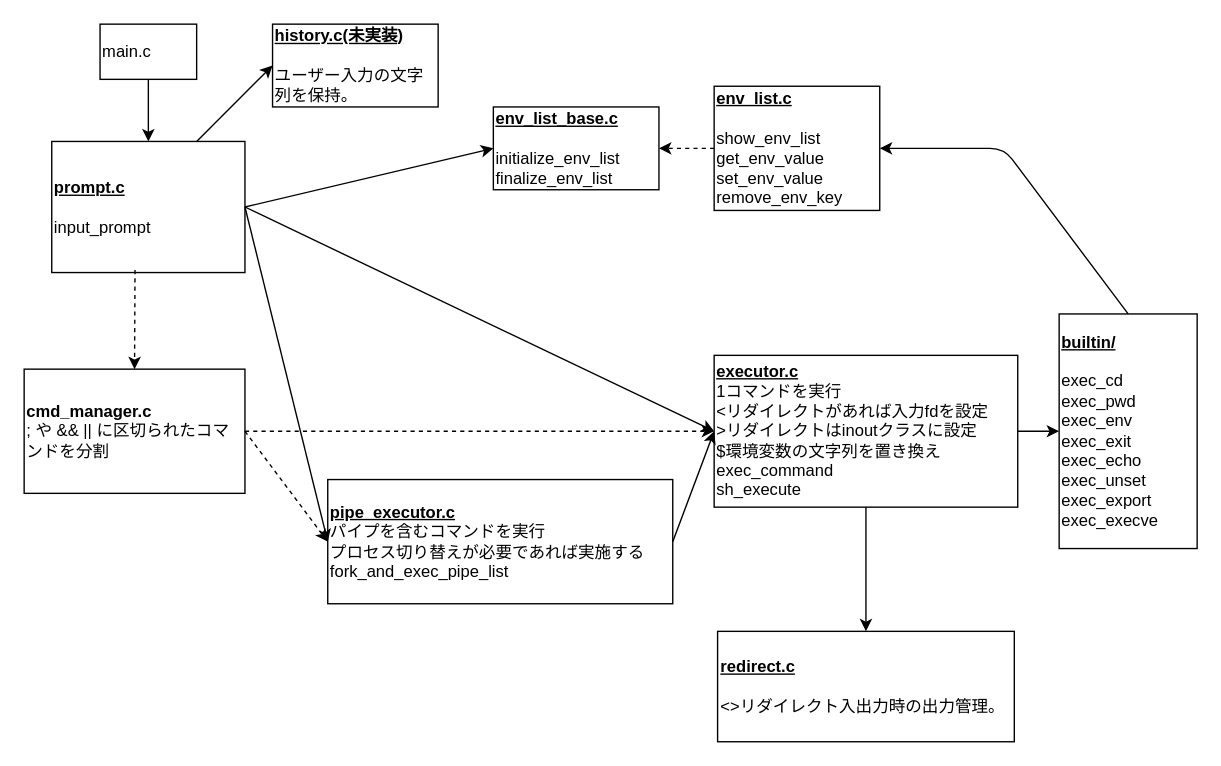
Above: page "クラス図" (3 of 3) of diagram.drawio in Toshiki-Nakamura/minishell (draw.io), before the change. Source tidied: cells renumbered, new cells numbered last; positions are measured from the earlier drawing's top-left corner, leaving out a move shared by most shapes. Both pictures are drawn from the tidied source at 138%, with x=0, y=0 at pixel (23, 23).
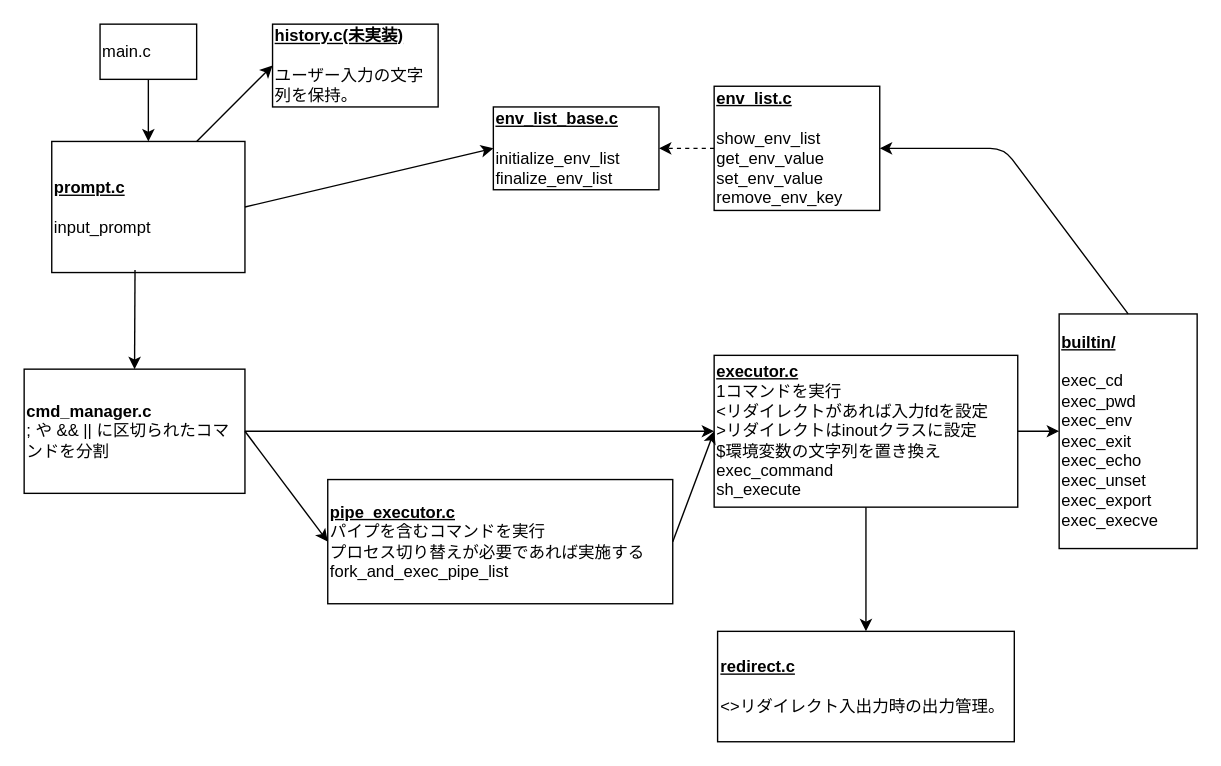
The same page after the edit.

Unchanged cells that the change refers to:
```xml
<mxCell id="2" value="&lt;b&gt;&lt;u&gt;prompt.c&lt;/u&gt;&lt;/b&gt;&lt;br&gt;&lt;br&gt;input_prompt" style="rounded=0;whiteSpace=wrap;html=1;align=left;" parent="1" vertex="1">
  <mxGeometry x="20" y="85" width="140" height="95" as="geometry" />
</mxCell>
<mxCell id="7" value="&lt;b&gt;&lt;u&gt;pipe_executor.c&lt;/u&gt;&lt;/b&gt;&lt;br&gt;パイプを含むコマンドを実行&lt;br&gt;プロセス切り替えが必要であれば実施する&lt;br&gt;fork_and_exec_pipe_list" style="rounded=0;whiteSpace=wrap;html=1;align=left;" parent="1" vertex="1">
  <mxGeometry x="220" y="330" width="250" height="90" as="geometry" />
</mxCell>
<mxCell id="9" value="&lt;b&gt;&lt;u&gt;executor.c&lt;br&gt;&lt;/u&gt;&lt;/b&gt;1コマンドを実行&lt;br&gt;&amp;lt;リダイレクトがあれば入力fdを設定&lt;br&gt;&amp;gt;リダイレクトはinoutクラスに設定&lt;br&gt;$環境変数の文字列を置き換え&lt;br&gt;exec_command&lt;br&gt;sh_execute" style="rounded=0;whiteSpace=wrap;html=1;align=left;" parent="1" vertex="1">
  <mxGeometry x="500" y="240" width="220" height="110" as="geometry" />
</mxCell>
<mxCell id="18" value="&lt;b&gt;cmd_manager.c&lt;/b&gt;&lt;br&gt;; や &amp;amp;&amp;amp; || に区切られたコマンドを分割" style="rounded=0;whiteSpace=wrap;html=1;align=left;" parent="1" vertex="1">
  <mxGeometry y="250" width="160" height="90" as="geometry" />
</mxCell>
```

The edit, as a diff of the source:
```diff
@@
-    <mxCell id="8" style="endArrow=classic;html=1;exitX=1;exitY=0.5;exitDx=0;exitDy=0;entryX=0;entryY=0.5;entryDx=0;entryDy=0;" parent="1" edge="1" source="2" target="7">
-      <mxGeometry relative="1" as="geometry" />
-    </mxCell>
@@
-    <mxCell id="19" style="endArrow=classic;html=1;dashed=1;exitX=0.431;exitY=0.981;exitDx=0;exitDy=0;exitPerimeter=0;entryX=0.5;entryY=0;entryDx=0;entryDy=0;" parent="1" edge="1" source="2" target="18">
+    <mxCell id="19" style="endArrow=classic;html=1;exitX=0.431;exitY=0.981;exitDx=0;exitDy=0;exitPerimeter=0;entryX=0.5;entryY=0;entryDx=0;entryDy=0;" parent="1" edge="1" source="2" target="18">
       <mxGeometry relative="1" as="geometry" />
     </mxCell>
-    <mxCell id="20" style="endArrow=classic;html=1;dashed=1;exitX=1;exitY=0.5;exitDx=0;exitDy=0;entryX=0;entryY=0.5;entryDx=0;entryDy=0;" parent="1" edge="1" source="18" target="7">
+    <mxCell id="20" style="endArrow=classic;html=1;exitX=1;exitY=0.5;exitDx=0;exitDy=0;entryX=0;entryY=0.5;entryDx=0;entryDy=0;" parent="1" edge="1" source="18" target="7">
       <mxGeometry relative="1" as="geometry" />
     </mxCell>
@@
-    <mxCell id="23" style="endArrow=classic;html=1;exitX=1;exitY=0.5;exitDx=0;exitDy=0;entryX=0;entryY=0.5;entryDx=0;entryDy=0;" parent="1" edge="1" source="2" target="9">
-      <mxGeometry relative="1" as="geometry" />
-    </mxCell>
-    <mxCell id="24" style="endArrow=classic;html=1;dashed=1;exitX=1;exitY=0.5;exitDx=0;exitDy=0;entryX=0;entryY=0.5;entryDx=0;entryDy=0;" parent="1" edge="1" source="18" target="9">
+    <mxCell id="24" style="endArrow=classic;html=1;exitX=1;exitY=0.5;exitDx=0;exitDy=0;entryX=0;entryY=0.5;entryDx=0;entryDy=0;" parent="1" edge="1" source="18" target="9">
       <mxGeometry relative="1" as="geometry" />
     </mxCell>
```
